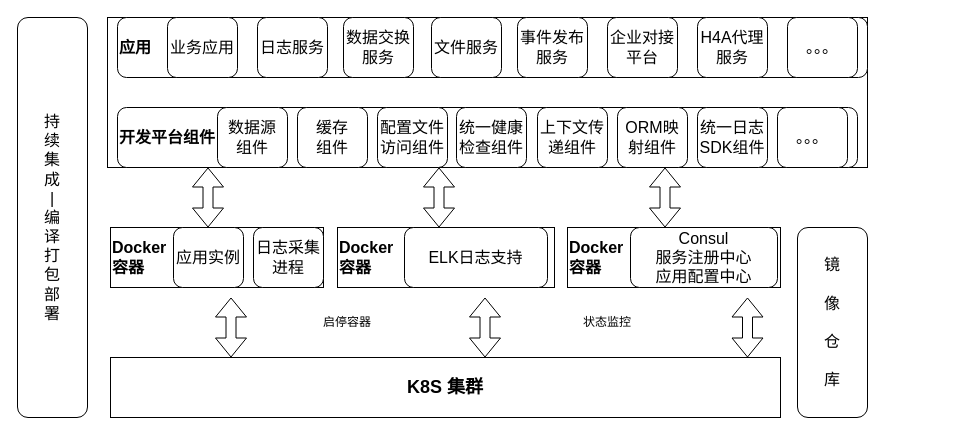
dpf371/draw keeps this draw.io diagram as 对接海关应用云平台.drawio. Above is the earlier version. Source tidied: cells renumbered, new cells numbered last; positions are measured from the earlier drawing's top-left corner, leaving out a move shared by most shapes. Both pictures are drawn from the tidied source at 100%, with x=0, y=0 at pixel (17, 17).
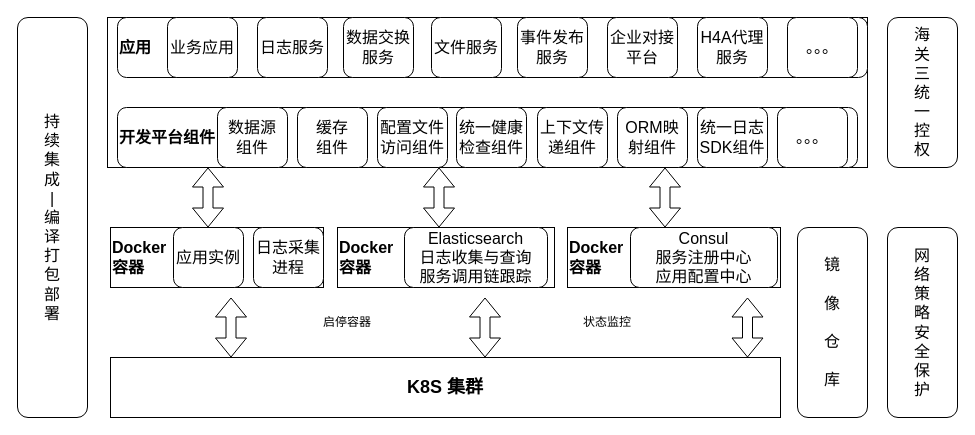
After the change.

Commit message:
更新对接海关应用云平台.drawio

Change to the diagram source:
```diff
@@
-    <mxCell id="9" value="&lt;font&gt;ELK日志支持&lt;/font&gt;" style="rounded=1;whiteSpace=wrap;html=1;fontSize=16;" parent="1" vertex="1">
+    <mxCell id="9" value="&lt;font&gt;Elasticsearch&lt;/font&gt;&lt;div&gt;&lt;font&gt;日志收集与查询&lt;/font&gt;&lt;div&gt;服务调用链跟踪&lt;/div&gt;&lt;/div&gt;" style="rounded=1;whiteSpace=wrap;html=1;fontSize=16;" parent="1" vertex="1">
       <mxGeometry x="387" y="210" width="143" height="60" as="geometry" />
     </mxCell>
@@
+    <mxCell id="39" value="海&lt;div&gt;关&lt;/div&gt;&lt;div&gt;三&lt;/div&gt;&lt;div&gt;统&lt;/div&gt;&lt;div&gt;一&lt;/div&gt;&lt;div&gt;控&lt;/div&gt;&lt;div&gt;权&lt;/div&gt;" style="rounded=1;whiteSpace=wrap;html=1;fontSize=16;" parent="1" vertex="1">
+      <mxGeometry x="870" width="70" height="150" as="geometry" />
+    </mxCell>
+    <mxCell id="40" value="网&lt;div&gt;络&lt;/div&gt;&lt;div&gt;策&lt;/div&gt;&lt;div&gt;略&lt;/div&gt;&lt;div&gt;安&lt;/div&gt;&lt;div&gt;全&lt;/div&gt;&lt;div&gt;保&lt;/div&gt;&lt;div&gt;护&lt;/div&gt;" style="rounded=1;whiteSpace=wrap;html=1;fontSize=16;" parent="1" vertex="1">
+      <mxGeometry x="870" y="210" width="70" height="190" as="geometry" />
+    </mxCell>
```
